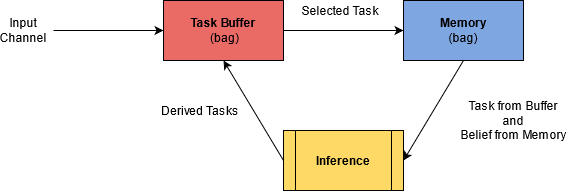
Before: Documentation/Diagram.png, a diagram exported from draw.io (ccrock4t/NARS-Python). Source tidied: cells renumbered, new cells last; positions are measured from the earlier drawing's top-left corner, leaving out a move shared by most shapes. Source of this version:
```xml
<mxGraphModel>
  <root>
    <mxCell id="0" />
    <mxCell id="1" parent="0" />
    <mxCell id="2" value="&lt;div&gt;&lt;b&gt;Memory&lt;/b&gt;&lt;br&gt;&lt;/div&gt;&lt;div&gt;(bag)&lt;/div&gt;" style="rounded=0;whiteSpace=wrap;html=1;fillColor=#7EA6E0;" parent="1" vertex="1">
      <mxGeometry x="400" width="120" height="60" as="geometry" />
    </mxCell>
    <mxCell id="3" value="&lt;b&gt;Task Buffer&lt;br&gt;&lt;/b&gt;&amp;nbsp;(bag)" style="rounded=0;whiteSpace=wrap;html=1;fillColor=#EA6B66;" parent="1" vertex="1">
      <mxGeometry x="160" width="120" height="60" as="geometry" />
    </mxCell>
    <mxCell id="4" value="Selected Task" style="text;html=1;strokeColor=none;fillColor=none;align=center;verticalAlign=middle;whiteSpace=wrap;rounded=0;" parent="1" vertex="1">
      <mxGeometry x="290" width="94" height="20" as="geometry" />
    </mxCell>
    <mxCell id="5" value="Derived Tasks" style="text;html=1;strokeColor=none;fillColor=none;align=center;verticalAlign=middle;whiteSpace=wrap;rounded=0;" parent="1" vertex="1">
      <mxGeometry x="150" y="100" width="94" height="20" as="geometry" />
    </mxCell>
    <mxCell id="6" value="&lt;b&gt;Inference&lt;/b&gt;" style="shape=process;whiteSpace=wrap;html=1;backgroundOutline=1;fillColor=#FFD966;" parent="1" vertex="1">
      <mxGeometry x="280" y="130" width="120" height="60" as="geometry" />
    </mxCell>
    <mxCell id="7" style="endArrow=classic;html=1;fillColor=#ffffff;exitX=1;exitY=0.5;exitDx=0;exitDy=0;entryX=0;entryY=0.5;entryDx=0;entryDy=0;" parent="1" edge="1" source="3" target="2">
      <mxGeometry relative="1" as="geometry" />
    </mxCell>
    <mxCell id="8" style="endArrow=classic;html=1;fillColor=#ffffff;exitX=0.5;exitY=1;exitDx=0;exitDy=0;entryX=1;entryY=0.5;entryDx=0;entryDy=0;" parent="1" edge="1" source="2" target="6">
      <mxGeometry relative="1" as="geometry" />
    </mxCell>
    <mxCell id="9" style="endArrow=classic;html=1;fillColor=#ffffff;exitX=0;exitY=0.5;exitDx=0;exitDy=0;entryX=0.5;entryY=1;entryDx=0;entryDy=0;" parent="1" edge="1" source="6" target="3">
      <mxGeometry relative="1" as="geometry" />
    </mxCell>
    <mxCell id="10" style="endArrow=classic;html=1;fillColor=#ffffff;entryX=0;entryY=0.5;entryDx=0;entryDy=0;" parent="1" edge="1" target="3">
      <mxGeometry relative="1" as="geometry">
        <mxPoint x="50" y="30" as="sourcePoint" />
      </mxGeometry>
    </mxCell>
    <mxCell id="11" value="&lt;div&gt;Input&lt;/div&gt;&lt;div&gt;Channel&lt;br&gt;&lt;/div&gt;" style="text;html=1;strokeColor=none;fillColor=none;align=center;verticalAlign=middle;whiteSpace=wrap;rounded=0;" parent="1" vertex="1">
      <mxGeometry y="20" width="40" height="20" as="geometry" />
    </mxCell>
    <mxCell id="12" value="&lt;div&gt;Task from Buffer&lt;br&gt;&lt;/div&gt;&lt;div&gt;and&lt;/div&gt;&lt;div&gt;Belief from Memory&lt;br&gt;&lt;/div&gt;" style="text;html=1;strokeColor=none;fillColor=none;align=center;verticalAlign=middle;whiteSpace=wrap;rounded=0;" parent="1" vertex="1">
      <mxGeometry x="450" y="110" width="120" height="20" as="geometry" />
    </mxCell>
  </root>
</mxGraphModel>
```
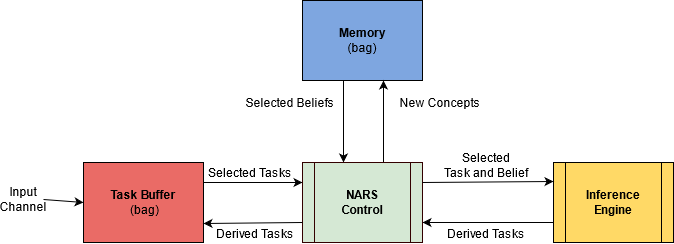
Above is the later version.

Change to the diagram source:
```diff
@@ -3,39 +3,72 @@
     <mxCell id="0" />
     <mxCell id="1" parent="0" />
     <mxCell id="2" value="&lt;div&gt;&lt;b&gt;Memory&lt;/b&gt;&lt;br&gt;&lt;/div&gt;&lt;div&gt;(bag)&lt;/div&gt;" style="rounded=0;whiteSpace=wrap;html=1;fillColor=#7EA6E0;" parent="1" vertex="1">
-      <mxGeometry x="400" width="120" height="60" as="geometry" />
+      <mxGeometry x="289" y="-312" width="120" height="80" as="geometry" />
     </mxCell>
     <mxCell id="3" value="&lt;b&gt;Task Buffer&lt;br&gt;&lt;/b&gt;&amp;nbsp;(bag)" style="rounded=0;whiteSpace=wrap;html=1;fillColor=#EA6B66;" parent="1" vertex="1">
-      <mxGeometry x="160" width="120" height="60" as="geometry" />
+      <mxGeometry x="70" y="-150" width="120" height="80" as="geometry" />
     </mxCell>
-    <mxCell id="4" value="Selected Task" style="text;html=1;strokeColor=none;fillColor=none;align=center;verticalAlign=middle;whiteSpace=wrap;rounded=0;" parent="1" vertex="1">
-      <mxGeometry x="290" width="94" height="20" as="geometry" />
+    <mxCell id="4" value="Selected Tasks" style="text;html=1;strokeColor=none;fillColor=none;align=center;verticalAlign=middle;whiteSpace=wrap;rounded=0;" parent="1" vertex="1">
+      <mxGeometry x="190" y="-150" width="94" height="20" as="geometry" />
     </mxCell>
     <mxCell id="5" value="Derived Tasks" style="text;html=1;strokeColor=none;fillColor=none;align=center;verticalAlign=middle;whiteSpace=wrap;rounded=0;" parent="1" vertex="1">
-      <mxGeometry x="150" y="100" width="94" height="20" as="geometry" />
+      <mxGeometry x="426" y="-89" width="94" height="20" as="geometry" />
     </mxCell>
-    <mxCell id="6" value="&lt;b&gt;Inference&lt;/b&gt;" style="shape=process;whiteSpace=wrap;html=1;backgroundOutline=1;fillColor=#FFD966;" parent="1" vertex="1">
-      <mxGeometry x="280" y="130" width="120" height="60" as="geometry" />
+    <mxCell id="6" value="&lt;div&gt;&lt;b&gt;Inference&lt;/b&gt;&lt;/div&gt;&lt;div&gt;&lt;b&gt;Engine&lt;br&gt;&lt;/b&gt;&lt;/div&gt;" style="shape=process;whiteSpace=wrap;html=1;backgroundOutline=1;fillColor=#FFD966;" parent="1" vertex="1">
+      <mxGeometry x="540" y="-150" width="120" height="80" as="geometry" />
     </mxCell>
-    <mxCell id="7" style="endArrow=classic;html=1;fillColor=#ffffff;exitX=1;exitY=0.5;exitDx=0;exitDy=0;entryX=0;entryY=0.5;entryDx=0;entryDy=0;" parent="1" edge="1" source="3" target="2">
-      <mxGeometry relative="1" as="geometry" />
+    <mxCell id="7" style="endArrow=classic;html=1;fillColor=#ffffff;entryX=0;entryY=0.25;entryDx=0;entryDy=0;" parent="1" edge="1" target="15">
+      <mxGeometry relative="1" as="geometry">
+        <mxPoint x="190" y="-130" as="sourcePoint" />
+      </mxGeometry>
     </mxCell>
-    <mxCell id="8" style="endArrow=classic;html=1;fillColor=#ffffff;exitX=0.5;exitY=1;exitDx=0;exitDy=0;entryX=1;entryY=0.5;entryDx=0;entryDy=0;" parent="1" edge="1" source="2" target="6">
-      <mxGeometry relative="1" as="geometry" />
+    <mxCell id="8" style="endArrow=classic;html=1;fillColor=#ffffff;exitX=0.25;exitY=1;exitDx=0;exitDy=0;entryX=0.25;entryY=0;entryDx=0;entryDy=0;" parent="1" edge="1">
+      <mxGeometry relative="1" as="geometry">
+        <mxPoint x="330" y="-232" as="sourcePoint" />
+        <mxPoint x="330" y="-150" as="targetPoint" />
+      </mxGeometry>
     </mxCell>
-    <mxCell id="9" style="endArrow=classic;html=1;fillColor=#ffffff;exitX=0;exitY=0.5;exitDx=0;exitDy=0;entryX=0.5;entryY=1;entryDx=0;entryDy=0;" parent="1" edge="1" source="6" target="3">
-      <mxGeometry relative="1" as="geometry" />
+    <mxCell id="9" style="endArrow=classic;html=1;fillColor=#ffffff;entryX=1;entryY=0.75;entryDx=0;entryDy=0;" parent="1" edge="1" target="15">
+      <mxGeometry relative="1" as="geometry">
+        <mxPoint x="540" y="-90" as="sourcePoint" />
+      </mxGeometry>
     </mxCell>
-    <mxCell id="10" style="endArrow=classic;html=1;fillColor=#ffffff;entryX=0;entryY=0.5;entryDx=0;entryDy=0;" parent="1" edge="1" target="3">
-      <mxGeometry relative="1" as="geometry">
-        <mxPoint x="50" y="30" as="sourcePoint" />
-      </mxGeometry>
+    <mxCell id="10" style="endArrow=classic;html=1;fillColor=#ffffff;entryX=0;entryY=0.5;entryDx=0;entryDy=0;exitX=1;exitY=0.5;exitDx=0;exitDy=0;" parent="1" edge="1" source="11" target="3">
+      <mxGeometry relative="1" as="geometry" />
     </mxCell>
     <mxCell id="11" value="&lt;div&gt;Input&lt;/div&gt;&lt;div&gt;Channel&lt;br&gt;&lt;/div&gt;" style="text;html=1;strokeColor=none;fillColor=none;align=center;verticalAlign=middle;whiteSpace=wrap;rounded=0;" parent="1" vertex="1">
-      <mxGeometry y="20" width="40" height="20" as="geometry" />
+      <mxGeometry x="-10" y="-123" width="40" height="20" as="geometry" />
     </mxCell>
-    <mxCell id="12" value="&lt;div&gt;Task from Buffer&lt;br&gt;&lt;/div&gt;&lt;div&gt;and&lt;/div&gt;&lt;div&gt;Belief from Memory&lt;br&gt;&lt;/div&gt;" style="text;html=1;strokeColor=none;fillColor=none;align=center;verticalAlign=middle;whiteSpace=wrap;rounded=0;" parent="1" vertex="1">
-      <mxGeometry x="450" y="110" width="120" height="20" as="geometry" />
-    </mxCell>
+    <mxCell id="13" value="Selected Beliefs" style="text;html=1;strokeColor=none;fillColor=none;align=center;verticalAlign=middle;whiteSpace=wrap;rounded=0;" parent="1" vertex="1">
+      <mxGeometry x="230" y="-220" width="94" height="20" as="geometry" />
+    </mxCell>
+    <mxCell id="14" style="endArrow=classic;html=1;entryX=0.75;entryY=1;entryDx=0;entryDy=0;exitX=0.75;exitY=0;exitDx=0;exitDy=0;" parent="1" edge="1">
+      <mxGeometry relative="1" as="geometry">
+        <mxPoint x="370" y="-150" as="sourcePoint" />
+        <mxPoint x="370" y="-232" as="targetPoint" />
+      </mxGeometry>
+    </mxCell>
+    <mxCell id="15" value="&lt;div&gt;&lt;b&gt;NARS&lt;/b&gt;&lt;/div&gt;&lt;div&gt;&lt;b&gt;Control&lt;br&gt;&lt;/b&gt;&lt;/div&gt;" style="shape=process;whiteSpace=wrap;html=1;backgroundOutline=1;fillColor=#d5e8d4;strokeColor=#330000;" parent="1" vertex="1">
+      <mxGeometry x="289" y="-150" width="120" height="80" as="geometry" />
+    </mxCell>
+    <mxCell id="16" style="endArrow=classic;html=1;exitX=1;exitY=0.25;exitDx=0;exitDy=0;" parent="1" edge="1" source="15">
+      <mxGeometry relative="1" as="geometry">
+        <mxPoint x="540" y="-131" as="targetPoint" />
+      </mxGeometry>
+    </mxCell>
+    <mxCell id="17" value="New Concepts" style="text;html=1;strokeColor=none;fillColor=none;align=center;verticalAlign=middle;whiteSpace=wrap;rounded=0;" parent="1" vertex="1">
+      <mxGeometry x="380" y="-220" width="94" height="20" as="geometry" />
+    </mxCell>
+    <mxCell id="18" value="Selected&lt;br&gt;&lt;div&gt;Task and Belief&lt;/div&gt;" style="text;html=1;strokeColor=none;fillColor=none;align=center;verticalAlign=middle;whiteSpace=wrap;rounded=0;" parent="1" vertex="1">
+      <mxGeometry x="426" y="-157" width="94" height="20" as="geometry" />
+    </mxCell>
+    <mxCell id="19" style="endArrow=classic;html=1;fillColor=#ffffff;exitX=0;exitY=0.75;exitDx=0;exitDy=0;" parent="1" edge="1" source="15">
+      <mxGeometry relative="1" as="geometry">
+        <mxPoint x="190" y="-89" as="targetPoint" />
+      </mxGeometry>
+    </mxCell>
+    <mxCell id="20" value="Derived Tasks" style="text;html=1;strokeColor=none;fillColor=none;align=center;verticalAlign=middle;whiteSpace=wrap;rounded=0;" parent="1" vertex="1">
+      <mxGeometry x="195" y="-89" width="94" height="20" as="geometry" />
+    </mxCell>
   </root>
 </mxGraphModel>
```
